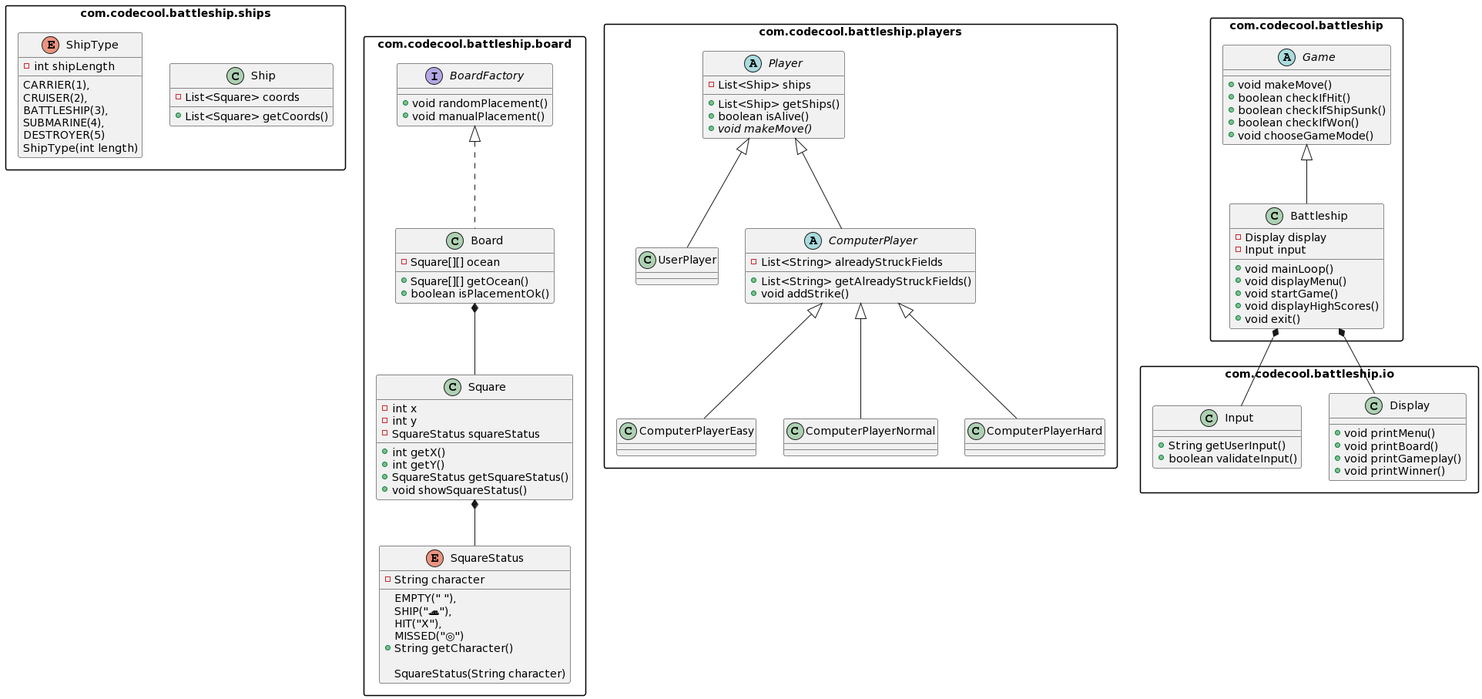
Above: uml.png in OchotaDariusz/Battleships-OOP (PlantUML), before the change.
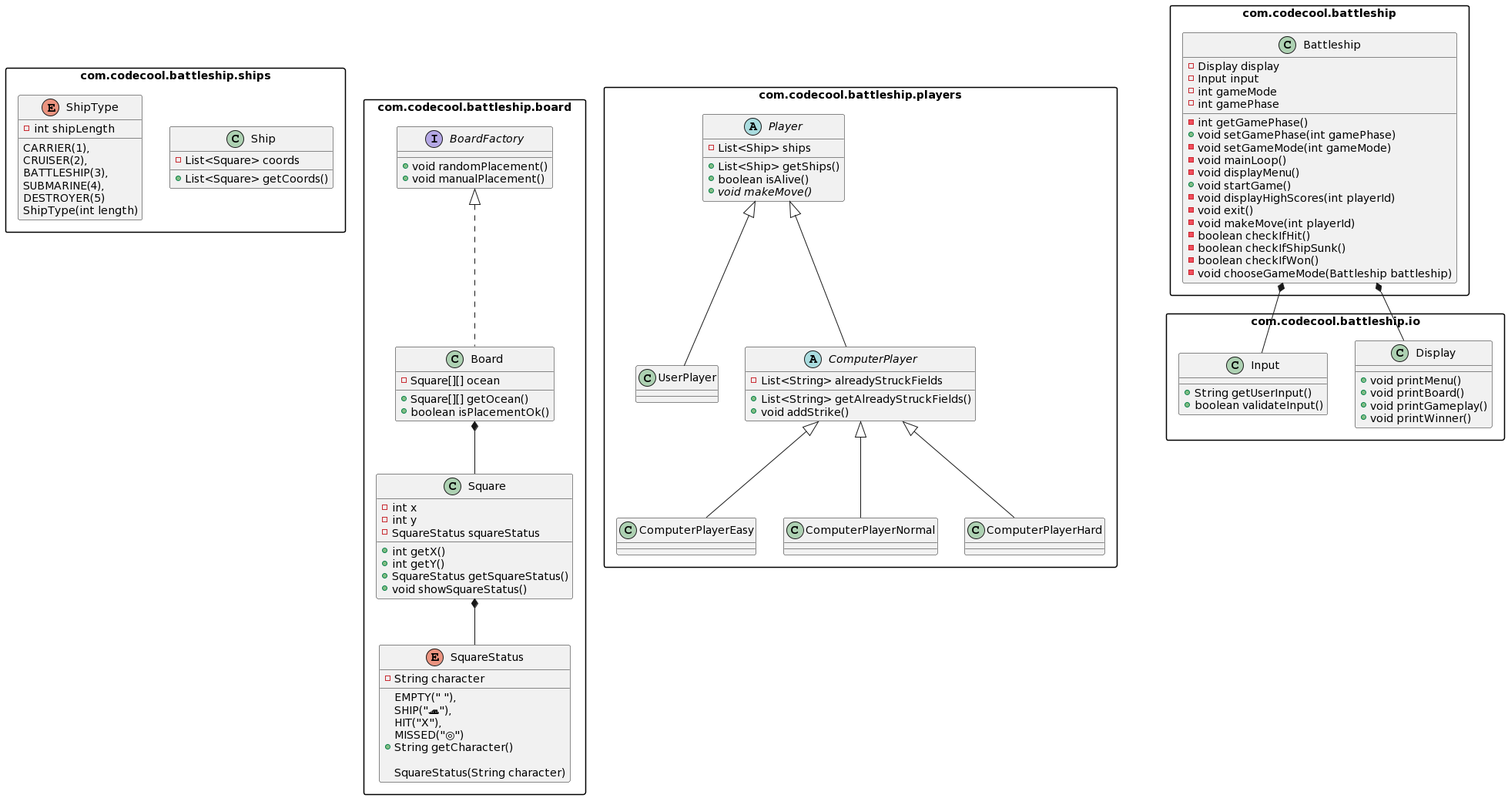
The same file after the commit.

Commit message:
Battleship(game) class

Change to the diagram source:
```diff
@@ -31,18 +31,27 @@
 package com.codecool.battleship {
   Battleship *-- Display
   Battleship *-- Input
-  abstract class Game
-  class Battleship extends Game
+  class Battleship
 }
 
 class Battleship {
   -Display display
   -Input input
-  +void mainLoop()
-  +void displayMenu()
+  -int gameMode
+  -int gamePhase
+  -int getGamePhase()
+  +void setGamePhase(int gamePhase)
+  -void setGameMode(int gameMode)
+  -void mainLoop()
+  -void displayMenu()
   +void startGame()
-  +void displayHighScores()
-  +void exit()
+  -void displayHighScores(int playerId)
+  -void exit()
+  -void makeMove(int playerId)
+  -boolean checkIfHit()
+  -boolean checkIfShipSunk()
+  -boolean checkIfWon()
+  -void chooseGameMode(Battleship battleship)
 }
 
 class Display {
@@ -55,14 +64,6 @@
 class Input {
   +String getUserInput()
   +boolean validateInput()
-}
-
-abstract class Game {
-  +void makeMove()
-  +boolean checkIfHit()
-  +boolean checkIfShipSunk()
-  +boolean checkIfWon()
-  +void chooseGameMode()
 }
 
 abstract class Player {
```
